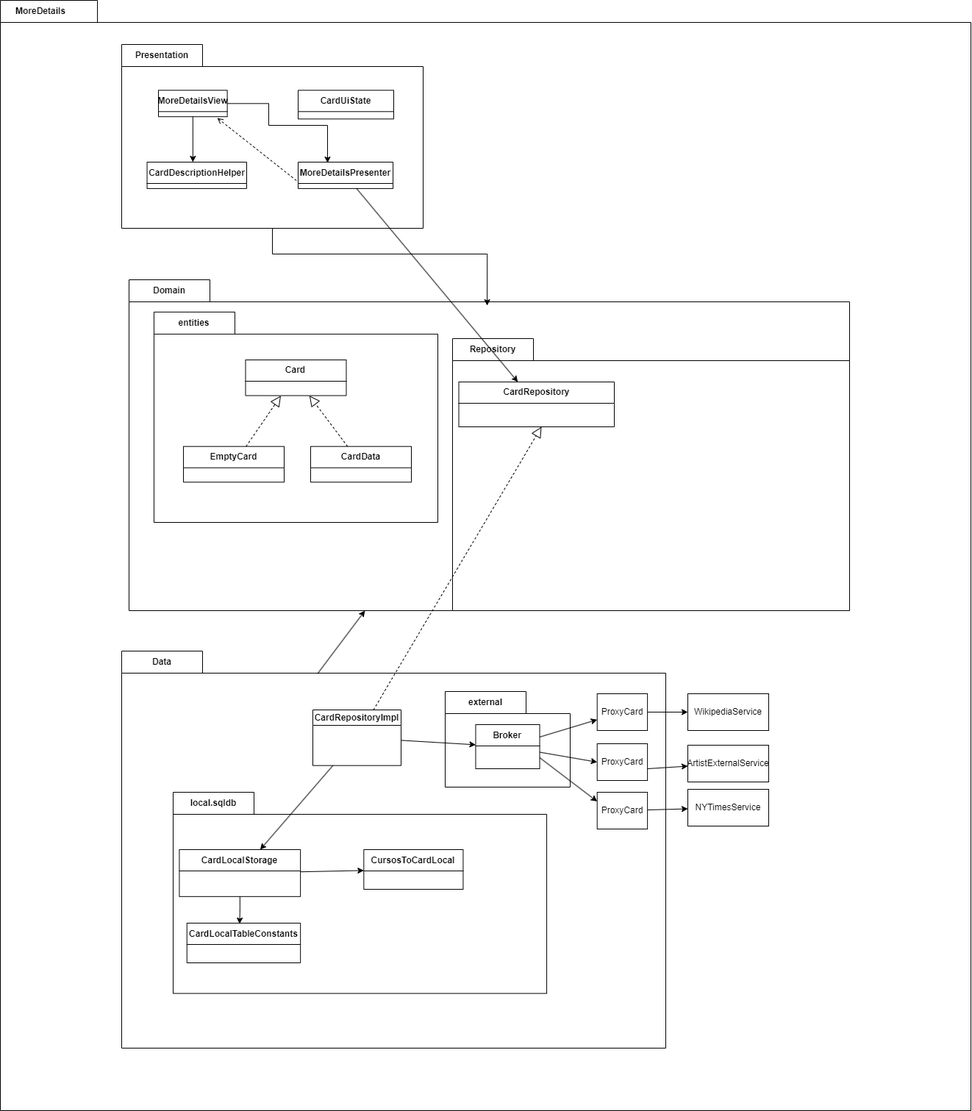
Before: docs/MVP-DiagramClass.png, a diagram exported from draw.io (elagarrigue/AyDS23-Lisboa5). Source tidied: cells renumbered, new cells last; positions are measured from the earlier drawing's top-left corner, leaving out a move shared by most shapes.
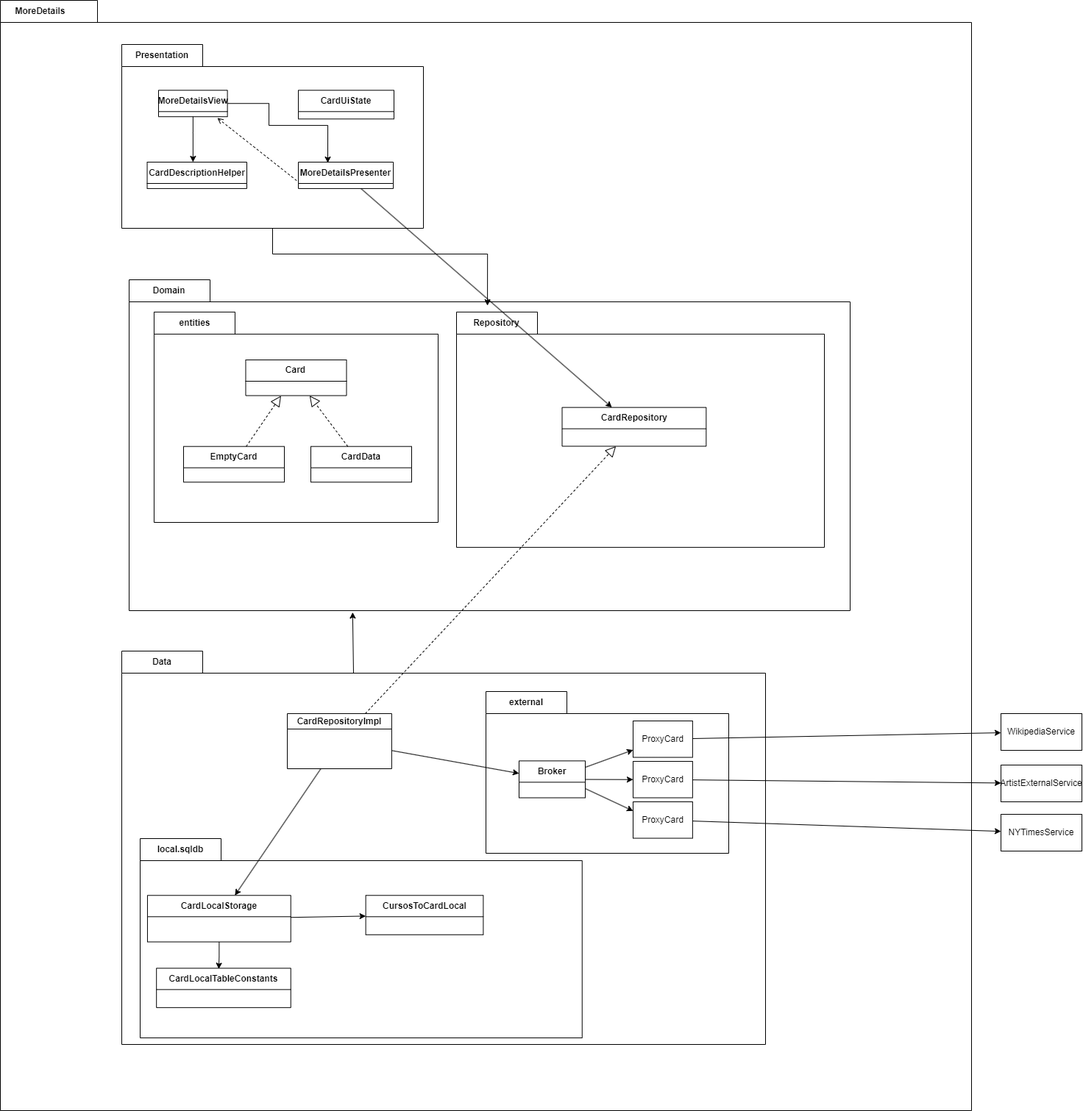
After the commit.

Commit message:
class diagram updated

Diff of the diagram source:
```diff
@@ -11,21 +11,21 @@
       </mxGeometry>
     </mxCell>
     <mxCell id="4" value="Data" style="shape=folder;fontStyle=1;tabWidth=110;tabHeight=30;tabPosition=left;html=1;boundedLbl=1;labelInHeader=1;whiteSpace=wrap;" parent="2" vertex="1">
-      <mxGeometry x="165" y="885" width="740" height="540" as="geometry" />
+      <mxGeometry x="165" y="885" width="875" height="535" as="geometry" />
     </mxCell>
     <mxCell id="5" style="html=1;strokeColor=none;fillColor=none;whiteSpace=wrap;" parent="4" vertex="1">
-      <mxGeometry width="677.76" height="393" relative="1" as="geometry">
+      <mxGeometry width="801.4" height="389.36" relative="1" as="geometry">
         <mxPoint y="120" as="offset" />
       </mxGeometry>
     </mxCell>
     <mxCell id="6" value="CardRepositoryImpl" style="swimlane;fontStyle=1;align=center;verticalAlign=middle;horizontal=1;startSize=21;html=1;whiteSpace=wrap;" parent="4" vertex="1">
-      <mxGeometry x="260" y="80" width="120" height="75.7" as="geometry" />
+      <mxGeometry x="225" y="85" width="141.9" height="75" as="geometry" />
     </mxCell>
     <mxCell id="7" value="local.sqldb" style="shape=folder;fontStyle=1;tabWidth=110;tabHeight=30;tabPosition=left;html=1;boundedLbl=1;labelInHeader=1;whiteSpace=wrap;" parent="4" vertex="1">
-      <mxGeometry x="70" y="192" width="508.1" height="273.6" as="geometry" />
+      <mxGeometry x="25" y="255" width="600.8" height="271.1" as="geometry" />
     </mxCell>
     <mxCell id="8" style="html=1;strokeColor=none;fillColor=none;whiteSpace=wrap;" parent="7" vertex="1">
-      <mxGeometry width="508.07" height="191.52" relative="1" as="geometry">
+      <mxGeometry width="600.76" height="189.75" relative="1" as="geometry">
         <mxPoint y="30" as="offset" />
       </mxGeometry>
     </mxCell>
@@ -33,34 +33,52 @@
       <mxGeometry relative="1" as="geometry" />
     </mxCell>
     <mxCell id="10" value="CardLocalStorage" style="swimlane;fontStyle=1;align=center;verticalAlign=middle;horizontal=1;startSize=29;html=1;whiteSpace=wrap;" parent="7" vertex="1">
-      <mxGeometry x="8.4" y="78" width="164.7" height="63.8" as="geometry" />
+      <mxGeometry x="10" y="77.3" width="194.8" height="63.2" as="geometry" />
     </mxCell>
     <mxCell id="11" value="CursosToCardLocal" style="swimlane;fontStyle=1;align=center;verticalAlign=middle;horizontal=1;startSize=29;html=1;whiteSpace=wrap;" parent="7" vertex="1">
-      <mxGeometry x="259.3" y="78" width="135.1" height="54" as="geometry" />
+      <mxGeometry x="306.6" y="77.3" width="159.7" height="53.5" as="geometry" />
     </mxCell>
     <mxCell id="12" style="endArrow=classic;html=1;rounded=0;" parent="7" edge="1" source="10" target="11">
       <mxGeometry relative="1" as="geometry" />
     </mxCell>
     <mxCell id="13" value="CardLocalTableConstants" style="swimlane;fontStyle=1;align=center;verticalAlign=middle;horizontal=1;startSize=29;html=1;whiteSpace=wrap;" parent="7" vertex="1">
-      <mxGeometry x="18.8" y="178" width="154.4" height="54" as="geometry" />
+      <mxGeometry x="22.2" y="176.4" width="182.6" height="53.5" as="geometry" />
     </mxCell>
     <mxCell id="14" style="endArrow=classic;html=1;rounded=0;" parent="4" edge="1" source="6" target="10">
       <mxGeometry relative="1" as="geometry" />
     </mxCell>
+    <mxCell id="49" value="external" style="shape=folder;fontStyle=1;tabWidth=110;tabHeight=30;tabPosition=left;html=1;boundedLbl=1;labelInHeader=1;whiteSpace=wrap;" parent="4" vertex="1">
+      <mxGeometry x="495" y="55" width="330" height="220" as="geometry" />
+    </mxCell>
+    <mxCell id="50" style="html=1;strokeColor=none;fillColor=none;whiteSpace=wrap;" parent="49" vertex="1">
+      <mxGeometry width="330" height="154" relative="1" as="geometry">
+        <mxPoint y="30" as="offset" />
+      </mxGeometry>
+    </mxCell>
+    <mxCell id="51" value="Broker" style="swimlane;fontStyle=1;align=center;verticalAlign=middle;horizontal=1;startSize=29;html=1;whiteSpace=wrap;" parent="49" vertex="1">
+      <mxGeometry x="45" y="94.3" width="90" height="50.2" as="geometry" />
+    </mxCell>
-    <mxCell id="15" value="ProxyCard" style="html=1;whiteSpace=wrap;" parent="4" vertex="1">
-      <mxGeometry x="646.7" y="58" width="68.4" height="50" as="geometry" />
+    <mxCell id="15" value="ProxyCard" style="html=1;whiteSpace=wrap;" parent="49" vertex="1">
+      <mxGeometry x="200" y="40" width="80.9" height="49.5" as="geometry" />
     </mxCell>
+    <mxCell id="53" style="endArrow=classic;html=1;rounded=0;" parent="49" edge="1" source="51" target="15">
+      <mxGeometry relative="1" as="geometry" />
+    </mxCell>
-    <mxCell id="16" value="ProxyCard" style="html=1;whiteSpace=wrap;" parent="4" vertex="1">
-      <mxGeometry x="646.7" y="126" width="68.4" height="50" as="geometry" />
+    <mxCell id="16" value="ProxyCard" style="html=1;whiteSpace=wrap;" parent="49" vertex="1">
+      <mxGeometry x="200" y="95" width="80.9" height="49.5" as="geometry" />
     </mxCell>
+    <mxCell id="54" style="endArrow=classic;html=1;rounded=0;entryX=0;entryY=0.5;entryDx=0;entryDy=0;" parent="49" edge="1" source="51" target="16">
+      <mxGeometry relative="1" as="geometry" />
+    </mxCell>
-    <mxCell id="17" value="ProxyCard" style="html=1;whiteSpace=wrap;" parent="4" vertex="1">
-      <mxGeometry x="646.7" y="192" width="68.4" height="50" as="geometry" />
+    <mxCell id="17" value="ProxyCard" style="html=1;whiteSpace=wrap;" parent="49" vertex="1">
+      <mxGeometry x="200" y="150" width="80.9" height="49.5" as="geometry" />
     </mxCell>
-    <mxCell id="18" style="endArrow=classic;html=1;rounded=0;" parent="4" edge="1" target="45">
-      <mxGeometry relative="1" as="geometry">
-        <mxPoint x="715.1" y="160" as="sourcePoint" />
-      </mxGeometry>
-    </mxCell>
+    <mxCell id="55" style="endArrow=classic;html=1;rounded=0;entryX=0;entryY=0.25;entryDx=0;entryDy=0;exitX=1;exitY=0.75;exitDx=0;exitDy=0;" parent="49" edge="1" source="51" target="17">
+      <mxGeometry relative="1" as="geometry" />
+    </mxCell>
+    <mxCell id="52" style="endArrow=classic;html=1;rounded=0;" parent="4" edge="1" source="6" target="51">
+      <mxGeometry relative="1" as="geometry" />
+    </mxCell>
     <mxCell id="19" value="Presentation" style="shape=folder;fontStyle=1;tabWidth=110;tabHeight=30;tabPosition=left;html=1;boundedLbl=1;labelInHeader=1;whiteSpace=wrap;" parent="2" vertex="1">
       <mxGeometry x="165" y="60" width="410" height="250" as="geometry" />
     </mxCell>
@@ -135,67 +153,45 @@
       </mxGeometry>
     </mxCell>
     <mxCell id="37" value="Repository" style="shape=folder;fontStyle=1;tabWidth=110;tabHeight=30;tabPosition=left;html=1;boundedLbl=1;labelInHeader=1;whiteSpace=wrap;" parent="28" vertex="1">
-      <mxGeometry x="440" y="80" width="540" height="370" as="geometry" />
+      <mxGeometry x="445" y="43.9" width="500" height="320" as="geometry" />
     </mxCell>
     <mxCell id="38" style="html=1;strokeColor=none;fillColor=none;whiteSpace=wrap;" parent="37" vertex="1">
-      <mxGeometry width="398.67" height="380" relative="1" as="geometry">
+      <mxGeometry width="369.14" height="328.65" relative="1" as="geometry">
         <mxPoint y="30" as="offset" />
       </mxGeometry>
     </mxCell>
     <mxCell id="39" value="CardRepository" style="swimlane;fontStyle=1;align=center;verticalAlign=middle;horizontal=1;startSize=29;html=1;whiteSpace=wrap;" parent="37" vertex="1">
-      <mxGeometry x="8.5" y="59" width="211.5" height="61" as="geometry" />
+      <mxGeometry x="143.5" y="129.7" width="195.8" height="52.8" as="geometry" />
     </mxCell>
     <mxCell id="40" style="endArrow=classic;html=1;rounded=0;" parent="2" edge="1" source="22" target="39">
       <mxGeometry relative="1" as="geometry" />
     </mxCell>
-    <mxCell id="41" style="endArrow=block;dashed=1;endFill=0;endSize=12;html=1;rounded=0;" parent="2" edge="1" source="6">
-      <mxGeometry relative="1" as="geometry">
-        <mxPoint x="736" y="580" as="targetPoint" />
-      </mxGeometry>
+    <mxCell id="41" style="endArrow=block;dashed=1;endFill=0;endSize=12;html=1;rounded=0;" parent="2" edge="1" source="6" target="39">
+      <mxGeometry relative="1" as="geometry" />
     </mxCell>
     <mxCell id="42" style="edgeStyle=orthogonalEdgeStyle;rounded=0;jettySize=auto;html=1;entryX=0.497;entryY=0.078;entryDx=0;entryDy=0;entryPerimeter=0;" parent="2" edge="1" source="19" target="28">
       <mxGeometry relative="1" as="geometry" />
     </mxCell>
-    <mxCell id="43" style="endArrow=classic;html=1;rounded=0;exitX=0.36;exitY=0.057;exitDx=0;exitDy=0;exitPerimeter=0;" parent="2" edge="1" source="4" target="28">
+    <mxCell id="43" style="endArrow=classic;html=1;rounded=0;exitX=0.36;exitY=0.057;exitDx=0;exitDy=0;exitPerimeter=0;entryX=0.31;entryY=1.005;entryDx=0;entryDy=0;entryPerimeter=0;" parent="2" edge="1" source="4" target="28">
       <mxGeometry relative="1" as="geometry" />
     </mxCell>
-    <mxCell id="44" value="WikipediaService" style="html=1;whiteSpace=wrap;" parent="2" vertex="1">
-      <mxGeometry x="935" y="943" width="110" height="50" as="geometry" />
+    <mxCell id="44" value="WikipediaService" style="html=1;whiteSpace=wrap;" parent="1" vertex="1">
+      <mxGeometry x="1360" y="970" width="110" height="50" as="geometry" />
     </mxCell>
+    <mxCell id="48" style="endArrow=classic;html=1;rounded=0;" parent="1" edge="1" source="15" target="44">
+      <mxGeometry relative="1" as="geometry" />
+    </mxCell>
-    <mxCell id="45" value="ArtistExternalService" style="html=1;whiteSpace=wrap;" parent="2" vertex="1">
-      <mxGeometry x="935" y="1013" width="110" height="50" as="geometry" />
+    <mxCell id="45" value="ArtistExternalService" style="html=1;whiteSpace=wrap;" parent="1" vertex="1">
+      <mxGeometry x="1360" y="1040" width="110" height="50" as="geometry" />
     </mxCell>
-    <mxCell id="46" value="NYTimesService" style="html=1;whiteSpace=wrap;" parent="2" vertex="1">
-      <mxGeometry x="935" y="1073" width="110" height="50" as="geometry" />
+    <mxCell id="46" value="NYTimesService" style="html=1;whiteSpace=wrap;" parent="1" vertex="1">
+      <mxGeometry x="1360" y="1107" width="110" height="50" as="geometry" />
     </mxCell>
-    <mxCell id="47" style="endArrow=classic;html=1;rounded=0;" parent="2" edge="1" source="17" target="46">
+    <mxCell id="47" style="endArrow=classic;html=1;rounded=0;" parent="1" edge="1" source="17" target="46">
       <mxGeometry relative="1" as="geometry" />
     </mxCell>
-    <mxCell id="48" style="endArrow=classic;html=1;rounded=0;" parent="2" edge="1" source="15" target="44">
-      <mxGeometry relative="1" as="geometry" />
-    </mxCell>
-    <mxCell id="49" value="external" style="shape=folder;fontStyle=1;tabWidth=110;tabHeight=30;tabPosition=left;html=1;boundedLbl=1;labelInHeader=1;whiteSpace=wrap;" parent="2" vertex="1">
-      <mxGeometry x="605" y="940" width="170" height="130" as="geometry" />
-    </mxCell>
-    <mxCell id="50" style="html=1;strokeColor=none;fillColor=none;whiteSpace=wrap;" parent="49" vertex="1">
-      <mxGeometry width="170" height="91" relative="1" as="geometry">
-        <mxPoint y="30" as="offset" />
-      </mxGeometry>
-    </mxCell>
-    <mxCell id="51" value="Broker" style="swimlane;fontStyle=1;align=center;verticalAlign=middle;horizontal=1;startSize=29;html=1;whiteSpace=wrap;" parent="49" vertex="1">
-      <mxGeometry x="41.5" y="45" width="87.1" height="60" as="geometry" />
-    </mxCell>
-    <mxCell id="52" style="endArrow=classic;html=1;rounded=0;" parent="2" edge="1" source="6" target="51">
-      <mxGeometry relative="1" as="geometry" />
-    </mxCell>
-    <mxCell id="53" style="endArrow=classic;html=1;rounded=0;" parent="2" edge="1" source="51" target="15">
-      <mxGeometry relative="1" as="geometry" />
-    </mxCell>
-    <mxCell id="54" style="endArrow=classic;html=1;rounded=0;entryX=0;entryY=0.5;entryDx=0;entryDy=0;" parent="2" edge="1" source="51" target="16">
-      <mxGeometry relative="1" as="geometry" />
-    </mxCell>
-    <mxCell id="55" style="endArrow=classic;html=1;rounded=0;entryX=0;entryY=0.25;entryDx=0;entryDy=0;exitX=1;exitY=0.75;exitDx=0;exitDy=0;" parent="2" edge="1" source="51" target="17">
-      <mxGeometry relative="1" as="geometry" />
-    </mxCell>
+    <mxCell id="18" style="endArrow=classic;html=1;rounded=0;" parent="1" edge="1" source="16" target="45">
+      <mxGeometry relative="1" as="geometry" />
+    </mxCell>
   </root>
 </mxGraphModel>
```
